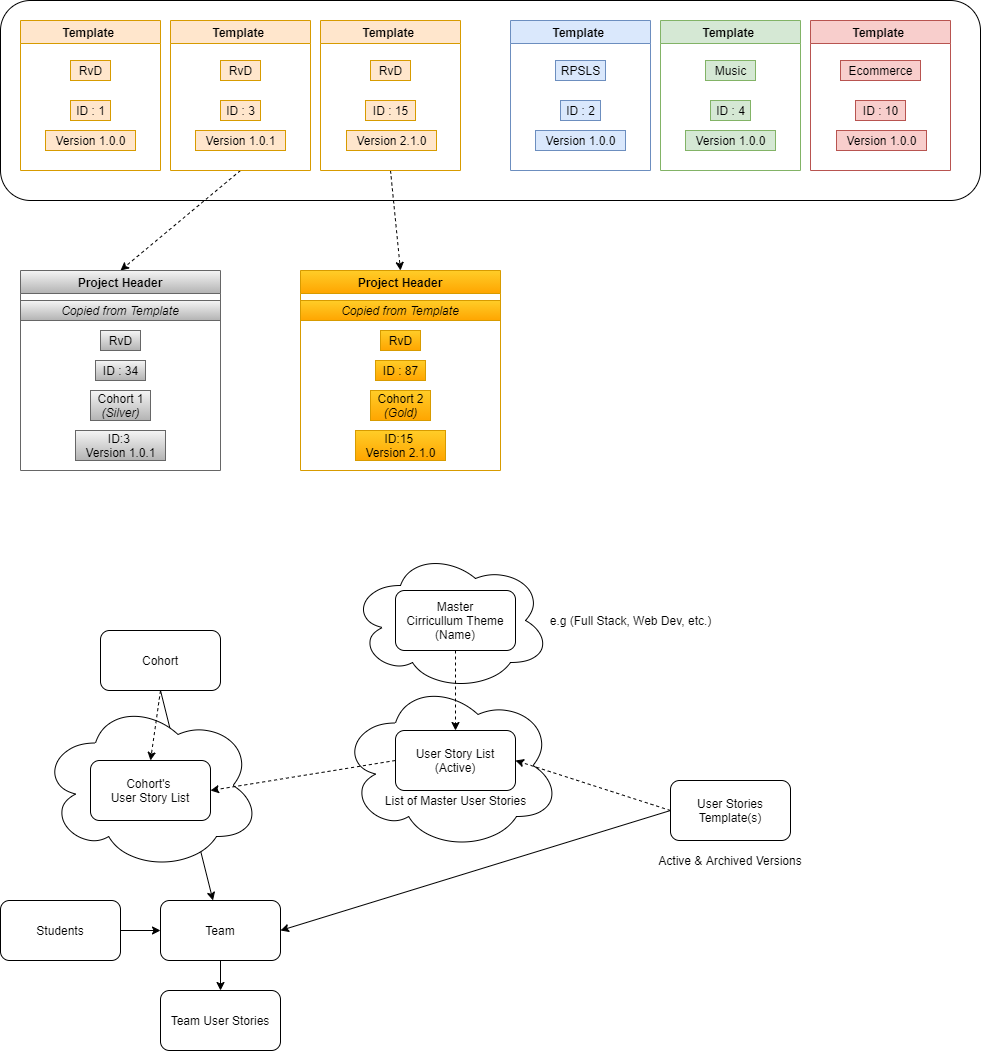
cashmy/usaag keeps this draw.io diagram as Conceptual Templates.png. Above is the earlier version. Source tidied: cells renumbered, new cells last; positions are measured from the earlier drawing's top-left corner, leaving out a move shared by most shapes.
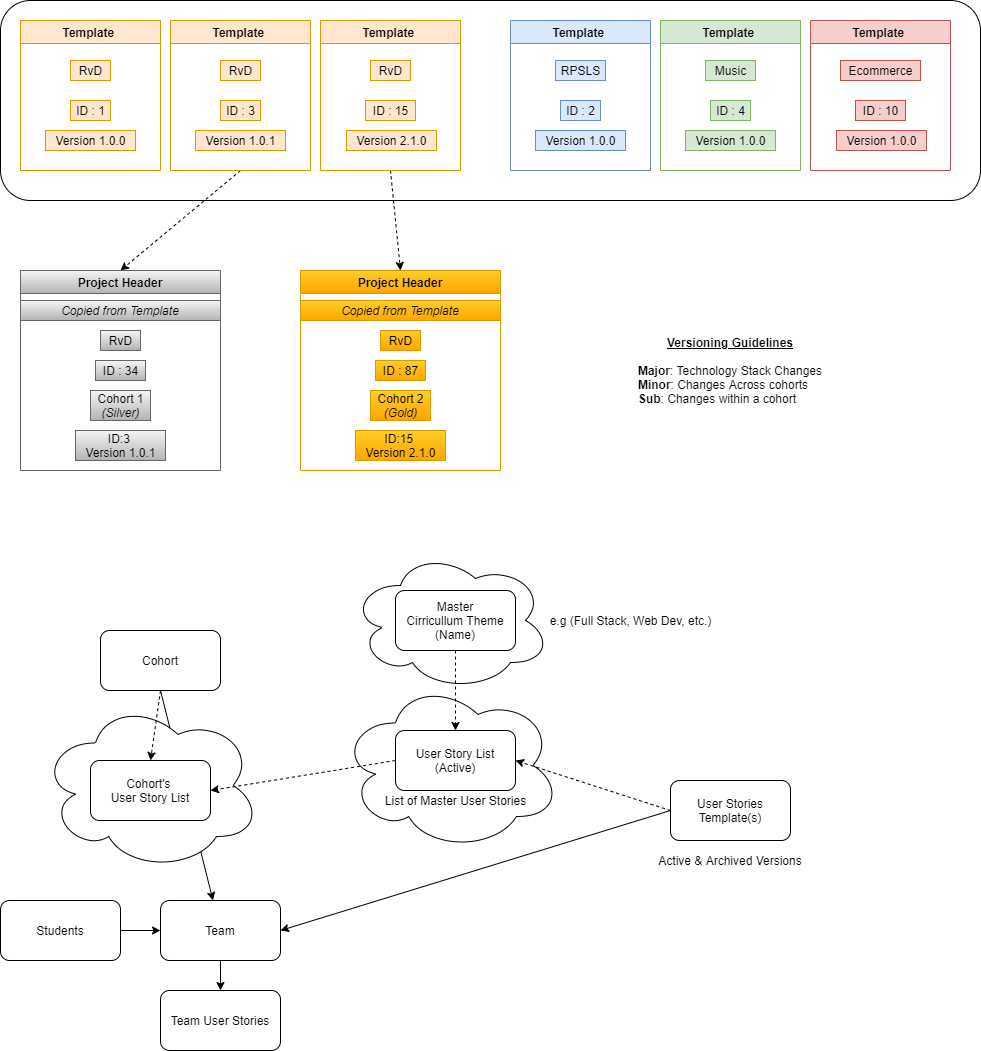
Later version of the same file.

Commit message:
Added Versioning Guidelines

Diff of the diagram source:
```diff
@@ -185,5 +185,8 @@
     <mxCell id="62" value="Students" style="rounded=1;whiteSpace=wrap;html=1;" parent="1" vertex="1">
       <mxGeometry y="900" width="120" height="60" as="geometry" />
     </mxCell>
+    <mxCell id="63" value="&lt;b&gt;&lt;u&gt;Versioning Guidelines&lt;/u&gt;&lt;/b&gt;&lt;br&gt;&lt;div style=&quot;text-align: left&quot;&gt;&lt;b&gt;&lt;br&gt;Major&lt;/b&gt;&lt;span&gt;: Technology Stack Changes&lt;/span&gt;&lt;/div&gt;&lt;div style=&quot;text-align: left&quot;&gt;&lt;b&gt;Minor&lt;/b&gt;&lt;span&gt;: Changes Across cohorts&lt;/span&gt;&lt;/div&gt;&lt;div style=&quot;text-align: left&quot;&gt;&lt;b&gt;Sub&lt;/b&gt;&lt;span&gt;: Changes within a cohort&lt;/span&gt;&lt;/div&gt;" style="text;html=1;strokeColor=none;fillColor=none;align=center;verticalAlign=middle;whiteSpace=wrap;rounded=0;" parent="1" vertex="1">
+      <mxGeometry x="635" y="315" width="190" height="110" as="geometry" />
+    </mxCell>
   </root>
 </mxGraphModel>
```
